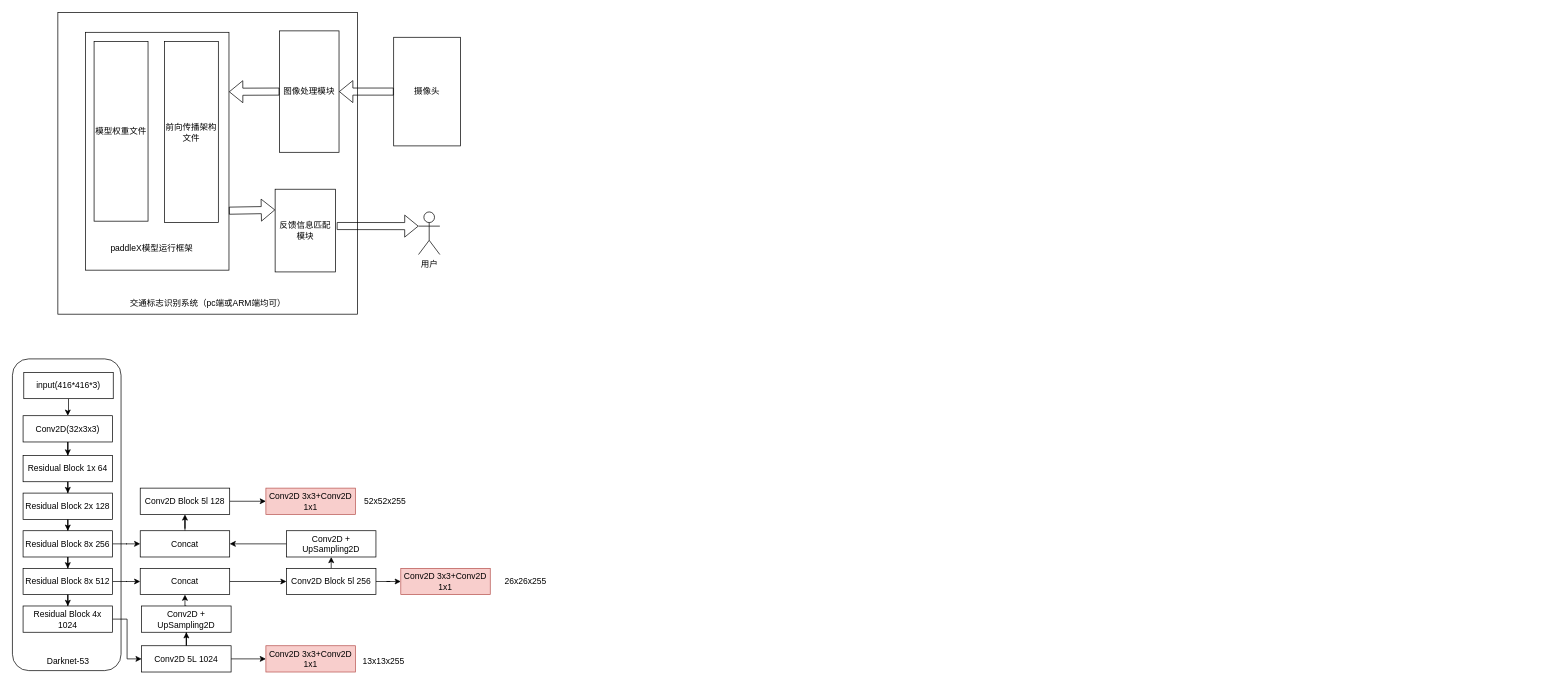
specychicken/drawIO2 keeps this draw.io diagram as page "Page-1" (1 of 4) of 未命名绘图.drawio. Above is the earlier version. Source tidied: cells renumbered, new cells numbered last; positions are measured from the earlier drawing's top-left corner, leaving out a move shared by most shapes. Both pictures are drawn from the tidied source at 71%, with x=0, y=0 at pixel (12, 12).
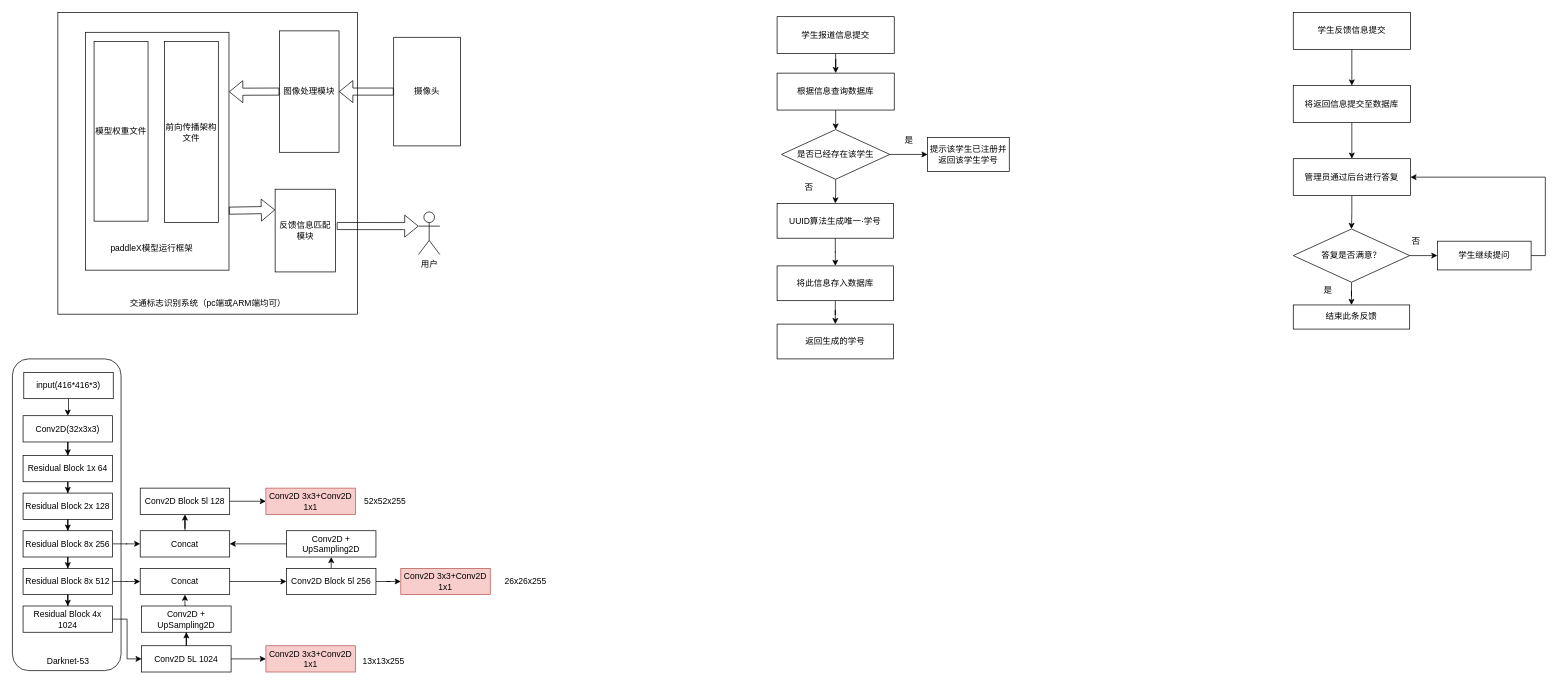
After the change.

Commit message:
更新未命名绘图.drawio

Diff of the diagram source:
```diff
@@
+    <mxCell id="56" style="edgeStyle=orthogonalEdgeStyle;rounded=0;jettySize=auto;html=1;" parent="1" edge="1" source="57" target="62">
+      <mxGeometry relative="1" as="geometry" />
+    </mxCell>
+    <mxCell id="57" value="学生报道信息提交" style="rounded=0;whiteSpace=wrap;html=1;" parent="1" vertex="1">
+      <mxGeometry x="1077" y="6" width="165" height="52" as="geometry" />
+    </mxCell>
+    <mxCell id="58" style="edgeStyle=orthogonalEdgeStyle;rounded=0;jettySize=auto;html=1;" parent="1" edge="1" source="60" target="63">
+      <mxGeometry relative="1" as="geometry" />
+    </mxCell>
+    <mxCell id="59" style="edgeStyle=orthogonalEdgeStyle;rounded=0;jettySize=auto;html=1;" parent="1" edge="1" source="60" target="65">
+      <mxGeometry relative="1" as="geometry" />
+    </mxCell>
+    <mxCell id="60" value="是否已经存在该学生" style="rhombus;whiteSpace=wrap;html=1;rounded=0;" parent="1" vertex="1">
+      <mxGeometry x="1083.2" y="165" width="152.5" height="70" as="geometry" />
+    </mxCell>
+    <mxCell id="61" style="edgeStyle=orthogonalEdgeStyle;rounded=0;jettySize=auto;html=1;" parent="1" edge="1" source="62" target="60">
+      <mxGeometry relative="1" as="geometry" />
+    </mxCell>
+    <mxCell id="62" value="根据信息查询数据库" style="rounded=0;whiteSpace=wrap;html=1;" parent="1" vertex="1">
+      <mxGeometry x="1077" y="85.5" width="165" height="52" as="geometry" />
+    </mxCell>
+    <mxCell id="63" value="提示该学生已注册并返回该学生学号" style="whiteSpace=wrap;html=1;rounded=0;" parent="1" vertex="1">
+      <mxGeometry x="1289" y="176" width="115" height="48" as="geometry" />
+    </mxCell>
+    <mxCell id="64" style="edgeStyle=orthogonalEdgeStyle;rounded=0;jettySize=auto;html=1;" parent="1" edge="1" source="65" target="67">
+      <mxGeometry relative="1" as="geometry" />
+    </mxCell>
+    <mxCell id="65" value="UUID算法生成唯一·学号" style="whiteSpace=wrap;html=1;rounded=0;" parent="1" vertex="1">
+      <mxGeometry x="1077" y="269" width="164" height="49" as="geometry" />
+    </mxCell>
+    <mxCell id="66" style="edgeStyle=orthogonalEdgeStyle;rounded=0;jettySize=auto;html=1;" parent="1" edge="1" source="67" target="68">
+      <mxGeometry relative="1" as="geometry" />
+    </mxCell>
+    <mxCell id="67" value="将此信息存入数据库" style="whiteSpace=wrap;html=1;rounded=0;" parent="1" vertex="1">
+      <mxGeometry x="1077" y="357" width="164" height="49" as="geometry" />
+    </mxCell>
+    <mxCell id="68" value="返回生成的学号" style="whiteSpace=wrap;html=1;rounded=0;" parent="1" vertex="1">
+      <mxGeometry x="1077" y="439" width="164" height="49" as="geometry" />
+    </mxCell>
+    <mxCell id="69" style="edgeStyle=orthogonalEdgeStyle;rounded=0;jettySize=auto;html=1;" parent="1" edge="1" source="70" target="72">
+      <mxGeometry relative="1" as="geometry" />
+    </mxCell>
+    <mxCell id="70" value="学生反馈信息提交" style="rounded=0;whiteSpace=wrap;html=1;" parent="1" vertex="1">
+      <mxGeometry x="1804" width="165" height="52" as="geometry" />
+    </mxCell>
+    <mxCell id="71" style="edgeStyle=orthogonalEdgeStyle;rounded=0;jettySize=auto;html=1;" parent="1" edge="1" source="72" target="74">
+      <mxGeometry relative="1" as="geometry" />
+    </mxCell>
+    <mxCell id="72" value="将返回信息提交至数据库" style="rounded=0;whiteSpace=wrap;html=1;" parent="1" vertex="1">
+      <mxGeometry x="1804" y="103" width="165" height="52" as="geometry" />
+    </mxCell>
+    <mxCell id="73" style="edgeStyle=orthogonalEdgeStyle;rounded=0;jettySize=auto;html=1;" parent="1" edge="1" source="74" target="77">
+      <mxGeometry relative="1" as="geometry" />
+    </mxCell>
+    <mxCell id="74" value="管理员通过后台进行答复" style="rounded=0;whiteSpace=wrap;html=1;" parent="1" vertex="1">
+      <mxGeometry x="1804" y="206" width="165" height="52" as="geometry" />
+    </mxCell>
+    <mxCell id="75" style="edgeStyle=orthogonalEdgeStyle;rounded=0;jettySize=auto;html=1;" parent="1" edge="1" source="77" target="78">
+      <mxGeometry relative="1" as="geometry" />
+    </mxCell>
+    <mxCell id="76" style="edgeStyle=orthogonalEdgeStyle;rounded=0;jettySize=auto;html=1;" parent="1" edge="1" source="77" target="80">
+      <mxGeometry relative="1" as="geometry" />
+    </mxCell>
+    <mxCell id="77" value="答复是否满意？" style="rhombus;whiteSpace=wrap;html=1;rounded=0;" parent="1" vertex="1">
+      <mxGeometry x="1804" y="305" width="164" height="75" as="geometry" />
+    </mxCell>
+    <mxCell id="78" value="结束此条反馈" style="whiteSpace=wrap;html=1;rounded=0;" parent="1" vertex="1">
+      <mxGeometry x="1804" y="412" width="164" height="34" as="geometry" />
+    </mxCell>
+    <mxCell id="79" style="edgeStyle=orthogonalEdgeStyle;rounded=0;jettySize=auto;html=1;exitX=1;exitY=0.5;exitDx=0;exitDy=0;entryX=1;entryY=0.5;entryDx=0;entryDy=0;" parent="1" edge="1" source="80" target="74">
+      <mxGeometry relative="1" as="geometry" />
+    </mxCell>
+    <mxCell id="80" value="学生继续提问" style="whiteSpace=wrap;html=1;rounded=0;" parent="1" vertex="1">
+      <mxGeometry x="2007" y="322.2" width="132" height="40.5" as="geometry" />
+    </mxCell>
+    <mxCell id="81" value="否" style="text;html=1;strokeColor=none;fillColor=none;align=center;verticalAlign=middle;whiteSpace=wrap;rounded=0;" parent="1" vertex="1">
+      <mxGeometry x="1092" y="232" width="60" height="30" as="geometry" />
+    </mxCell>
+    <mxCell id="82" value="是" style="text;html=1;strokeColor=none;fillColor=none;align=center;verticalAlign=middle;whiteSpace=wrap;rounded=0;" parent="1" vertex="1">
+      <mxGeometry x="1233" y="165" width="60" height="30" as="geometry" />
+    </mxCell>
+    <mxCell id="83" value="否" style="text;html=1;strokeColor=none;fillColor=none;align=center;verticalAlign=middle;whiteSpace=wrap;rounded=0;" parent="1" vertex="1">
+      <mxGeometry x="1947" y="308" width="60" height="30" as="geometry" />
+    </mxCell>
+    <mxCell id="84" value="是" style="text;html=1;strokeColor=none;fillColor=none;align=center;verticalAlign=middle;whiteSpace=wrap;rounded=0;" parent="1" vertex="1">
+      <mxGeometry x="1823" y="376" width="60" height="30" as="geometry" />
+    </mxCell>
```
